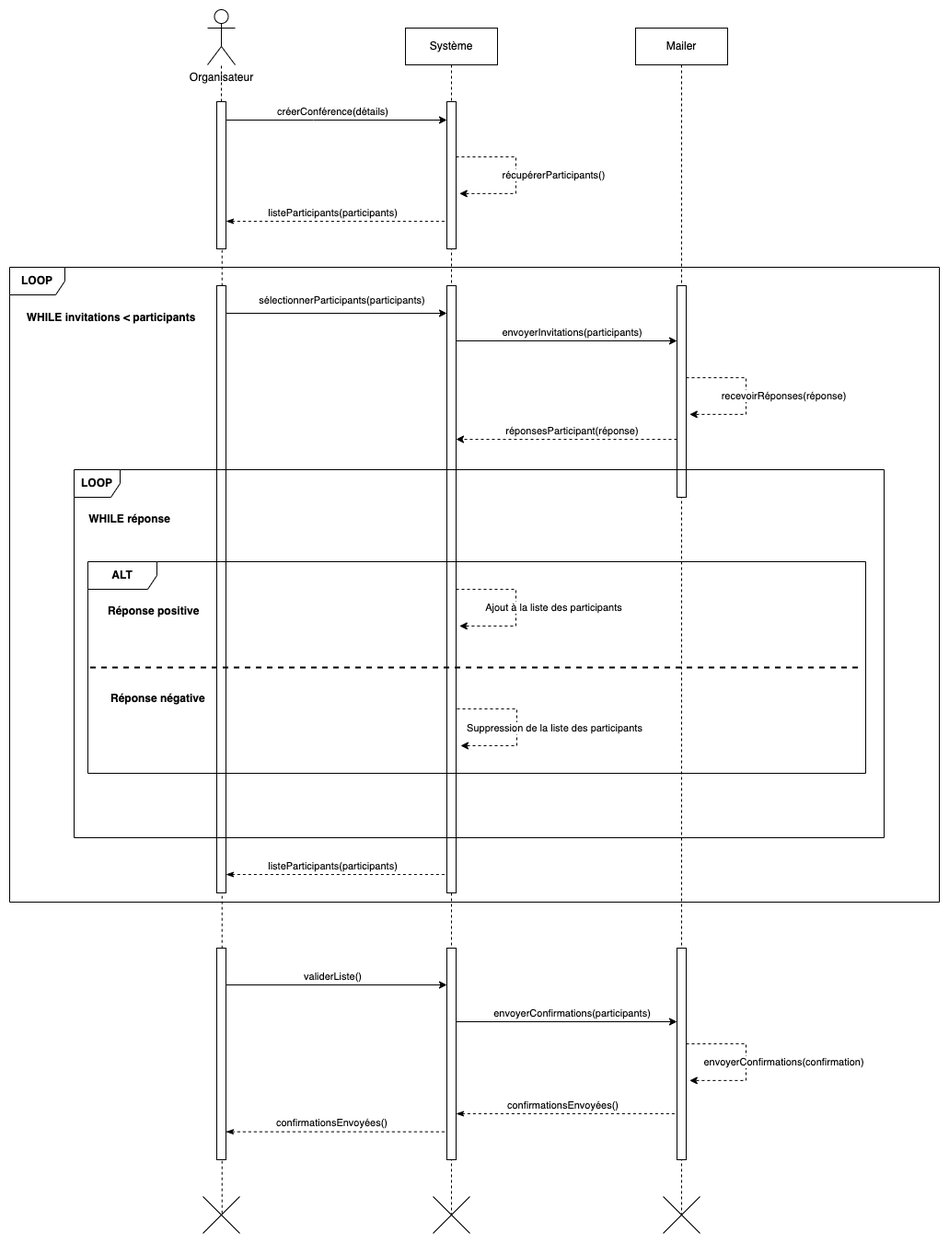
The draw.io diagram Semaine 1 - UML/Exercices/Correction/04 - Diagramme de Séquence - Exercice 2 - Diagramme.png in nicolasvauchenet/cours_methodologie_formateur, before a commit. Source tidied: cells renumbered, new cells last; positions are measured from the earlier drawing's top-left corner, leaving out a move shared by most shapes.
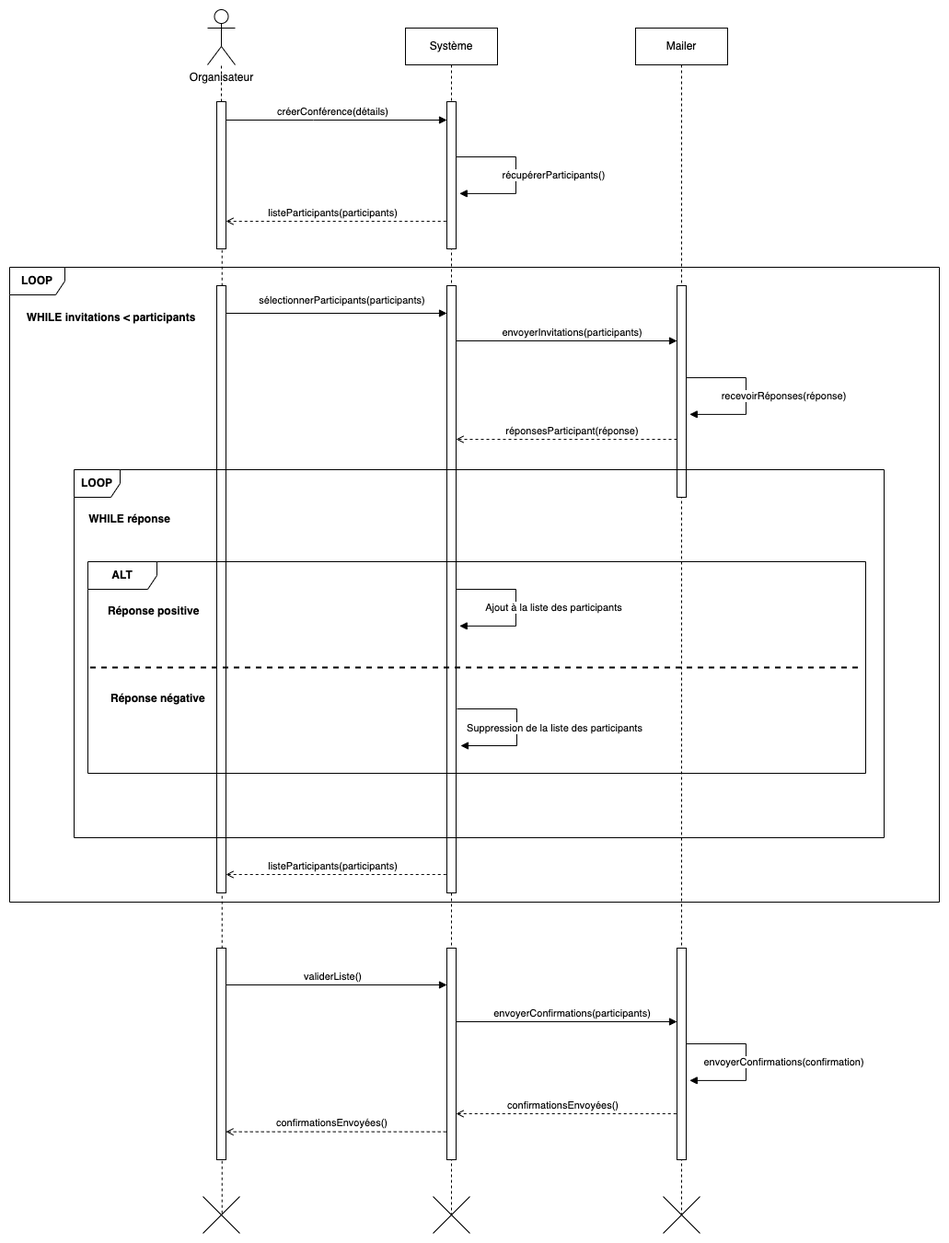
Above is the later version.

Diff of the diagram source:
```diff
@@ -37,7 +37,7 @@
         <mxPoint x="230.8" y="150" as="targetPoint" />
       </mxGeometry>
     </mxCell>
-    <mxCell id="12" style="edgeStyle=orthogonalEdgeStyle;rounded=0;orthogonalLoop=1;jettySize=auto;html=1;curved=0;" parent="1" edge="1">
+    <mxCell id="12" style="edgeStyle=orthogonalEdgeStyle;rounded=0;orthogonalLoop=1;jettySize=auto;html=1;curved=0;endArrow=block;endFill=1;" parent="1" edge="1">
       <mxGeometry relative="1" as="geometry">
         <mxPoint x="235" y="120" as="sourcePoint" />
         <mxPoint x="475" y="120" as="targetPoint" />
@@ -55,7 +55,7 @@
     <mxCell id="14" style="html=1;perimeter=orthogonalPerimeter;targetShapes=umlLifeline;newEdgeStyle={&quot;curved&quot;:0,&quot;rounded&quot;:0};" parent="1" vertex="1">
       <mxGeometry x="475" y="100" width="10" height="160" as="geometry" />
     </mxCell>
-    <mxCell id="15" style="edgeStyle=orthogonalEdgeStyle;rounded=0;orthogonalLoop=1;jettySize=auto;html=1;curved=0;endArrow=none;endFill=0;startArrow=classicThin;startFill=1;dashed=1;" parent="1" edge="1">
+    <mxCell id="15" style="edgeStyle=orthogonalEdgeStyle;rounded=0;orthogonalLoop=1;jettySize=auto;html=1;curved=0;endArrow=none;endFill=0;startArrow=open;startFill=0;dashed=1;" parent="1" edge="1">
       <mxGeometry relative="1" as="geometry">
         <mxPoint x="235" y="230" as="sourcePoint" />
         <mxPoint x="475" y="230" as="targetPoint" />
@@ -73,7 +73,7 @@
     <mxCell id="17" style="html=1;perimeter=orthogonalPerimeter;targetShapes=umlLifeline;newEdgeStyle={&quot;curved&quot;:0,&quot;rounded&quot;:0};" parent="1" vertex="1">
       <mxGeometry x="225" y="100" width="10" height="160" as="geometry" />
     </mxCell>
-    <mxCell id="18" style="edgeStyle=orthogonalEdgeStyle;rounded=0;orthogonalLoop=1;jettySize=auto;html=1;curved=0;" parent="1" edge="1">
+    <mxCell id="18" style="edgeStyle=orthogonalEdgeStyle;rounded=0;orthogonalLoop=1;jettySize=auto;html=1;curved=0;endArrow=block;endFill=1;" parent="1" edge="1">
       <mxGeometry relative="1" as="geometry">
         <mxPoint x="485" y="360" as="sourcePoint" />
         <mxPoint x="725" y="360" as="targetPoint" />
@@ -87,7 +87,7 @@
     <mxCell id="20" style="html=1;perimeter=orthogonalPerimeter;targetShapes=umlLifeline;newEdgeStyle={&quot;curved&quot;:0,&quot;rounded&quot;:0};" parent="1" vertex="1">
       <mxGeometry x="475" y="300" width="10" height="660" as="geometry" />
     </mxCell>
-    <mxCell id="21" style="edgeStyle=orthogonalEdgeStyle;rounded=0;orthogonalLoop=1;jettySize=auto;html=1;curved=0;" parent="1" edge="1">
+    <mxCell id="21" style="edgeStyle=orthogonalEdgeStyle;rounded=0;orthogonalLoop=1;jettySize=auto;html=1;curved=0;endArrow=block;endFill=1;" parent="1" edge="1">
       <mxGeometry relative="1" as="geometry">
         <mxPoint x="235" y="330" as="sourcePoint" />
         <mxPoint x="475" y="330" as="targetPoint" />
@@ -101,7 +101,7 @@
     <mxCell id="23" style="html=1;perimeter=orthogonalPerimeter;targetShapes=umlLifeline;newEdgeStyle={&quot;curved&quot;:0,&quot;rounded&quot;:0};" parent="1" vertex="1">
       <mxGeometry x="225" y="300" width="10" height="660" as="geometry" />
     </mxCell>
-    <mxCell id="24" style="edgeStyle=orthogonalEdgeStyle;rounded=0;orthogonalLoop=1;jettySize=auto;html=1;curved=0;dashed=1;" parent="1" edge="1">
+    <mxCell id="24" style="edgeStyle=orthogonalEdgeStyle;rounded=0;orthogonalLoop=1;jettySize=auto;html=1;curved=0;dashed=1;endArrow=open;endFill=0;" parent="1" edge="1">
       <mxGeometry relative="1" as="geometry">
         <mxPoint x="725" y="467" as="sourcePoint" />
         <mxPoint x="485" y="467" as="targetPoint" />
@@ -131,7 +131,7 @@
     <mxCell id="30" value="&lt;b&gt;Réponse négative&lt;/b&gt;" style="line;strokeWidth=2;dashed=1;labelPosition=center;verticalLabelPosition=bottom;align=left;verticalAlign=top;spacingLeft=20;spacingTop=15;html=1;whiteSpace=wrap;" parent="28" vertex="1">
       <mxGeometry x="2.5" y="110" width="840" height="10" as="geometry" />
     </mxCell>
-    <mxCell id="31" style="edgeStyle=orthogonalEdgeStyle;rounded=0;orthogonalLoop=1;jettySize=auto;html=1;curved=0;entryX=1.376;entryY=0.595;entryDx=0;entryDy=0;entryPerimeter=0;dashed=1;" parent="28" edge="1">
+    <mxCell id="31" style="edgeStyle=orthogonalEdgeStyle;rounded=0;orthogonalLoop=1;jettySize=auto;html=1;curved=0;entryX=1.376;entryY=0.595;entryDx=0;entryDy=0;entryPerimeter=0;endArrow=block;endFill=1;" parent="28" edge="1">
       <mxGeometry relative="1" as="geometry">
         <mxPoint x="401" y="160" as="sourcePoint" />
         <mxPoint x="405" y="200" as="targetPoint" />
@@ -145,7 +145,7 @@
         <mxPoint x="41" y="-11" as="offset" />
       </mxGeometry>
     </mxCell>
-    <mxCell id="33" style="edgeStyle=orthogonalEdgeStyle;rounded=0;orthogonalLoop=1;jettySize=auto;html=1;curved=0;entryX=1.376;entryY=0.595;entryDx=0;entryDy=0;entryPerimeter=0;dashed=1;" parent="26" edge="1">
+    <mxCell id="33" style="edgeStyle=orthogonalEdgeStyle;rounded=0;orthogonalLoop=1;jettySize=auto;html=1;curved=0;entryX=1.376;entryY=0.595;entryDx=0;entryDy=0;entryPerimeter=0;endArrow=block;endFill=1;" parent="26" edge="1">
       <mxGeometry relative="1" as="geometry">
         <mxPoint x="665" y="-100" as="sourcePoint" />
         <mxPoint x="668.8" y="-60.1" as="targetPoint" />
@@ -159,7 +159,7 @@
         <mxPoint x="41" y="-11" as="offset" />
       </mxGeometry>
     </mxCell>
-    <mxCell id="35" style="edgeStyle=orthogonalEdgeStyle;rounded=0;orthogonalLoop=1;jettySize=auto;html=1;curved=0;entryX=1.376;entryY=0.595;entryDx=0;entryDy=0;entryPerimeter=0;dashed=1;" parent="1" edge="1">
+    <mxCell id="35" style="edgeStyle=orthogonalEdgeStyle;rounded=0;orthogonalLoop=1;jettySize=auto;html=1;curved=0;entryX=1.376;entryY=0.595;entryDx=0;entryDy=0;entryPerimeter=0;endArrow=block;endFill=1;" parent="1" edge="1">
       <mxGeometry relative="1" as="geometry">
         <mxPoint x="485" y="630" as="sourcePoint" />
         <mxPoint x="488.8" y="669.9" as="targetPoint" />
@@ -173,7 +173,7 @@
         <mxPoint x="41" y="-11" as="offset" />
       </mxGeometry>
     </mxCell>
-    <mxCell id="37" style="edgeStyle=orthogonalEdgeStyle;rounded=0;orthogonalLoop=1;jettySize=auto;html=1;curved=0;" parent="1" edge="1">
+    <mxCell id="37" style="edgeStyle=orthogonalEdgeStyle;rounded=0;orthogonalLoop=1;jettySize=auto;html=1;curved=0;endArrow=block;endFill=1;" parent="1" edge="1">
       <mxGeometry relative="1" as="geometry">
         <mxPoint x="485" y="1100" as="sourcePoint" />
         <mxPoint x="725" y="1100" as="targetPoint" />
@@ -187,7 +187,7 @@
     <mxCell id="39" style="html=1;perimeter=orthogonalPerimeter;targetShapes=umlLifeline;newEdgeStyle={&quot;curved&quot;:0,&quot;rounded&quot;:0};" parent="1" vertex="1">
       <mxGeometry x="475" y="1020" width="10" height="230" as="geometry" />
     </mxCell>
-    <mxCell id="40" style="edgeStyle=orthogonalEdgeStyle;rounded=0;orthogonalLoop=1;jettySize=auto;html=1;curved=0;endArrow=none;endFill=0;startArrow=classicThin;startFill=1;dashed=1;" parent="1" edge="1">
+    <mxCell id="40" style="edgeStyle=orthogonalEdgeStyle;rounded=0;orthogonalLoop=1;jettySize=auto;html=1;curved=0;endArrow=none;endFill=0;startArrow=open;startFill=0;dashed=1;" parent="1" edge="1">
       <mxGeometry relative="1" as="geometry">
         <mxPoint x="235" y="940" as="sourcePoint" />
         <mxPoint x="475" y="940" as="targetPoint" />
@@ -202,7 +202,7 @@
         <mxPoint x="26" y="-8" as="offset" />
       </mxGeometry>
     </mxCell>
-    <mxCell id="42" style="edgeStyle=orthogonalEdgeStyle;rounded=0;orthogonalLoop=1;jettySize=auto;html=1;curved=0;" parent="1" edge="1">
+    <mxCell id="42" style="edgeStyle=orthogonalEdgeStyle;rounded=0;orthogonalLoop=1;jettySize=auto;html=1;curved=0;endArrow=block;endFill=1;" parent="1" edge="1">
       <mxGeometry relative="1" as="geometry">
         <mxPoint x="235" y="1060" as="sourcePoint" />
         <mxPoint x="475" y="1060" as="targetPoint" />
@@ -216,7 +216,7 @@
     <mxCell id="44" style="html=1;perimeter=orthogonalPerimeter;targetShapes=umlLifeline;newEdgeStyle={&quot;curved&quot;:0,&quot;rounded&quot;:0};" parent="1" vertex="1">
       <mxGeometry x="225" y="1020" width="10" height="230" as="geometry" />
     </mxCell>
-    <mxCell id="45" style="edgeStyle=orthogonalEdgeStyle;rounded=0;orthogonalLoop=1;jettySize=auto;html=1;curved=0;endArrow=none;endFill=0;startArrow=classicThin;startFill=1;dashed=1;" parent="1" edge="1">
+    <mxCell id="45" style="edgeStyle=orthogonalEdgeStyle;rounded=0;orthogonalLoop=1;jettySize=auto;html=1;curved=0;endArrow=none;endFill=0;startArrow=open;startFill=0;dashed=1;" parent="1" edge="1">
       <mxGeometry relative="1" as="geometry">
         <mxPoint x="235" y="1219.6" as="sourcePoint" />
         <mxPoint x="475" y="1219.6" as="targetPoint" />
@@ -231,7 +231,7 @@
         <mxPoint x="26" y="-8" as="offset" />
       </mxGeometry>
     </mxCell>
-    <mxCell id="47" style="edgeStyle=orthogonalEdgeStyle;rounded=0;orthogonalLoop=1;jettySize=auto;html=1;curved=0;entryX=1.376;entryY=0.595;entryDx=0;entryDy=0;entryPerimeter=0;dashed=1;" parent="1" edge="1">
+    <mxCell id="47" style="edgeStyle=orthogonalEdgeStyle;rounded=0;orthogonalLoop=1;jettySize=auto;html=1;curved=0;entryX=1.376;entryY=0.595;entryDx=0;entryDy=0;entryPerimeter=0;endArrow=block;endFill=1;" parent="1" edge="1">
       <mxGeometry relative="1" as="geometry">
         <mxPoint x="485" y="160" as="sourcePoint" />
         <mxPoint x="488.8" y="199.9" as="targetPoint" />
@@ -245,7 +245,7 @@
         <mxPoint x="41" y="-11" as="offset" />
       </mxGeometry>
     </mxCell>
-    <mxCell id="49" style="edgeStyle=orthogonalEdgeStyle;rounded=0;orthogonalLoop=1;jettySize=auto;html=1;curved=0;entryX=1.376;entryY=0.595;entryDx=0;entryDy=0;entryPerimeter=0;dashed=1;" parent="1" edge="1">
+    <mxCell id="49" style="edgeStyle=orthogonalEdgeStyle;rounded=0;orthogonalLoop=1;jettySize=auto;html=1;curved=0;entryX=1.376;entryY=0.595;entryDx=0;entryDy=0;entryPerimeter=0;endArrow=block;endFill=1;" parent="1" edge="1">
       <mxGeometry relative="1" as="geometry">
         <mxPoint x="735" y="1124" as="sourcePoint" />
         <mxPoint x="738.8" y="1163.9" as="targetPoint" />
@@ -259,7 +259,7 @@
         <mxPoint x="41" y="-11" as="offset" />
       </mxGeometry>
     </mxCell>
-    <mxCell id="51" style="edgeStyle=orthogonalEdgeStyle;rounded=0;orthogonalLoop=1;jettySize=auto;html=1;curved=0;endArrow=none;endFill=0;startArrow=classicThin;startFill=1;dashed=1;" parent="1" edge="1">
+    <mxCell id="51" style="edgeStyle=orthogonalEdgeStyle;rounded=0;orthogonalLoop=1;jettySize=auto;html=1;curved=0;endArrow=none;endFill=0;startArrow=open;startFill=0;dashed=1;" parent="1" edge="1">
       <mxGeometry relative="1" as="geometry">
         <mxPoint x="485" y="1200" as="sourcePoint" />
         <mxPoint x="725" y="1200" as="targetPoint" />
```
